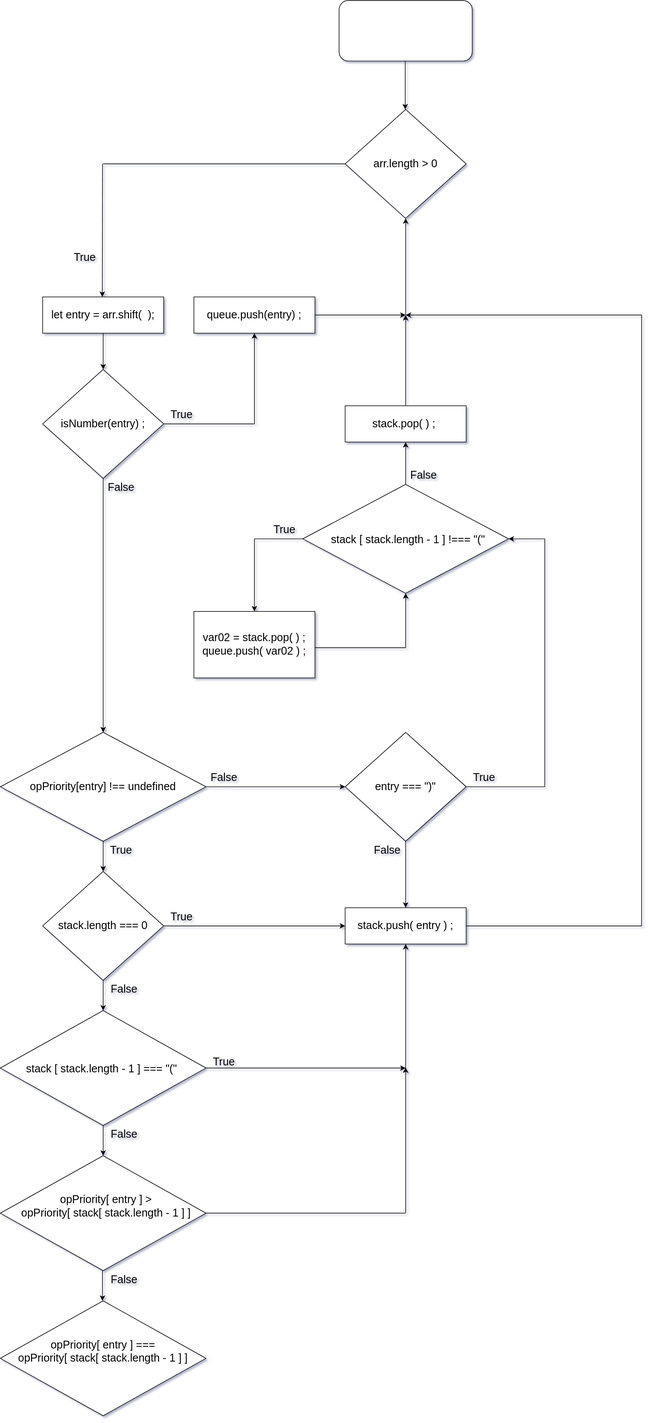
The draw.io diagram Untitled Diagram.drawio.svg in jcgm3205/jcgm3205, before a commit. Source tidied: cells renumbered, new cells last; positions are measured from the earlier drawing's top-left corner, leaving out a move shared by most shapes. Its diagram source:
```xml
<mxGraphModel shadow="1">
  <root>
    <mxCell id="0" />
    <mxCell id="1" parent="0" />
    <mxCell id="2" style="rounded=1;whiteSpace=wrap;html=1;" parent="1" vertex="1">
      <mxGeometry x="560" width="220" height="100" as="geometry" />
    </mxCell>
    <mxCell id="3" style="endArrow=classic;html=1;rounded=0;fontSize=14;" parent="1" edge="1">
      <mxGeometry relative="1" as="geometry">
        <mxPoint x="669.3" y="100" as="sourcePoint" />
        <mxPoint x="669.3" y="180" as="targetPoint" />
      </mxGeometry>
    </mxCell>
    <mxCell id="4" style="rhombus;whiteSpace=wrap;html=1;fontSize=14;" parent="1" vertex="1">
      <mxGeometry x="570" y="180" width="200" height="180" as="geometry" />
    </mxCell>
    <mxCell id="5" value="&lt;font style=&quot;font-size: 18px&quot;&gt;arr.length &amp;gt; 0&lt;/font&gt;" style="text;html=1;strokeColor=none;fillColor=none;align=center;verticalAlign=middle;whiteSpace=wrap;rounded=0;fontSize=14;" parent="1" vertex="1">
      <mxGeometry x="610" y="220" width="120" height="100" as="geometry" />
    </mxCell>
    <mxCell id="6" style="endArrow=classic;html=1;rounded=0;fontSize=14;" parent="1" edge="1">
      <mxGeometry relative="1" as="geometry">
        <mxPoint x="169" y="270" as="sourcePoint" />
        <mxPoint x="168.6" y="490" as="targetPoint" />
      </mxGeometry>
    </mxCell>
    <mxCell id="7" value="True" style="text;html=1;strokeColor=none;fillColor=none;align=center;verticalAlign=middle;whiteSpace=wrap;rounded=0;fontSize=18;" parent="1" vertex="1">
      <mxGeometry x="110" y="410" width="60" height="30" as="geometry" />
    </mxCell>
    <mxCell id="8" style="rounded=0;whiteSpace=wrap;html=1;fontSize=18;" parent="1" vertex="1">
      <mxGeometry x="70" y="490" width="200" height="60" as="geometry" />
    </mxCell>
    <mxCell id="9" value="let entry = arr.shift(&amp;nbsp; );" style="text;html=1;strokeColor=none;fillColor=none;align=center;verticalAlign=middle;whiteSpace=wrap;rounded=0;fontSize=18;" parent="1" vertex="1">
      <mxGeometry x="70" y="490" width="200" height="60" as="geometry" />
    </mxCell>
    <mxCell id="10" style="rhombus;whiteSpace=wrap;html=1;fontSize=14;" parent="1" vertex="1">
      <mxGeometry x="70" y="610" width="200" height="180" as="geometry" />
    </mxCell>
    <mxCell id="11" value="isNumber(entry) ;" style="text;html=1;strokeColor=none;fillColor=none;align=center;verticalAlign=middle;whiteSpace=wrap;rounded=0;fontSize=18;" parent="1" vertex="1">
      <mxGeometry x="90" y="650" width="160" height="100" as="geometry" />
    </mxCell>
    <mxCell id="12" style="endArrow=classic;html=1;rounded=0;fontSize=18;entryX=0.5;entryY=0;entryDx=0;entryDy=0;exitX=0.5;exitY=1;exitDx=0;exitDy=0;" parent="1" edge="1" source="10" target="14">
      <mxGeometry relative="1" as="geometry" />
    </mxCell>
    <mxCell id="13" value="False" style="text;html=1;strokeColor=none;fillColor=none;align=center;verticalAlign=middle;whiteSpace=wrap;rounded=0;fontSize=18;" parent="1" vertex="1">
      <mxGeometry x="170" y="790" width="60" height="30" as="geometry" />
    </mxCell>
    <mxCell id="14" style="rhombus;whiteSpace=wrap;html=1;fontSize=14;" parent="1" vertex="1">
      <mxGeometry y="1210" width="340" height="180" as="geometry" />
    </mxCell>
    <mxCell id="15" value="opPriority[entry] !== undefined" style="text;html=1;strokeColor=none;fillColor=none;align=center;verticalAlign=middle;whiteSpace=wrap;rounded=0;fontSize=18;" parent="1" vertex="1">
      <mxGeometry x="40" y="1260" width="260" height="80" as="geometry" />
    </mxCell>
    <mxCell id="16" style="endArrow=classic;html=1;rounded=0;" parent="1" edge="1">
      <mxGeometry relative="1" as="geometry">
        <mxPoint x="170" y="550" as="sourcePoint" />
        <mxPoint x="170" y="610" as="targetPoint" />
      </mxGeometry>
    </mxCell>
    <mxCell id="17" value="True" style="text;html=1;strokeColor=none;fillColor=none;align=center;verticalAlign=middle;whiteSpace=wrap;rounded=0;fontSize=18;" parent="1" vertex="1">
      <mxGeometry x="270" y="670" width="60" height="30" as="geometry" />
    </mxCell>
    <mxCell id="18" style="endArrow=classic;html=1;rounded=0;fontSize=18;entryX=0;entryY=0.5;entryDx=0;entryDy=0;exitX=1;exitY=0.5;exitDx=0;exitDy=0;" parent="1" edge="1" source="14" target="19">
      <mxGeometry relative="1" as="geometry" />
    </mxCell>
    <mxCell id="19" style="rhombus;whiteSpace=wrap;html=1;fontSize=14;" parent="1" vertex="1">
      <mxGeometry x="570" y="1210" width="200" height="180" as="geometry" />
    </mxCell>
    <mxCell id="20" value="entry === &quot;)&quot;" style="text;html=1;strokeColor=none;fillColor=none;align=center;verticalAlign=middle;whiteSpace=wrap;rounded=0;fontSize=18;" parent="1" vertex="1">
      <mxGeometry x="590" y="1250" width="160" height="100" as="geometry" />
    </mxCell>
    <mxCell id="21" value="False" style="text;html=1;strokeColor=none;fillColor=none;align=center;verticalAlign=middle;whiteSpace=wrap;rounded=0;fontSize=18;" parent="1" vertex="1">
      <mxGeometry x="340" y="1270" width="60" height="30" as="geometry" />
    </mxCell>
    <mxCell id="22" style="endArrow=classic;html=1;rounded=0;fontSize=18;exitX=0.5;exitY=1;exitDx=0;exitDy=0;" parent="1" edge="1">
      <mxGeometry relative="1" as="geometry">
        <mxPoint x="170" y="1390" as="sourcePoint" />
        <mxPoint x="170" y="1440" as="targetPoint" />
      </mxGeometry>
    </mxCell>
    <mxCell id="23" style="rhombus;whiteSpace=wrap;html=1;fontSize=14;" parent="1" vertex="1">
      <mxGeometry x="500" y="800" width="340" height="180" as="geometry" />
    </mxCell>
    <mxCell id="24" value="stack [ stack.length - 1 ] !=== &quot;(&quot;" style="text;whiteSpace=wrap;html=1;fontSize=18;" parent="1" vertex="1">
      <mxGeometry x="545" y="875" width="270" height="40" as="geometry" />
    </mxCell>
    <mxCell id="25" style="endArrow=classic;html=1;rounded=0;fontSize=18;exitX=0.5;exitY=0;exitDx=0;exitDy=0;entryX=0.5;entryY=1;entryDx=0;entryDy=0;" parent="1" edge="1" source="23" target="26">
      <mxGeometry relative="1" as="geometry" />
    </mxCell>
    <mxCell id="26" style="rounded=0;whiteSpace=wrap;html=1;fontSize=18;" parent="1" vertex="1">
      <mxGeometry x="570" y="670" width="200" height="60" as="geometry" />
    </mxCell>
    <mxCell id="27" style="endArrow=none;html=1;rounded=0;fontSize=18;entryX=0;entryY=0.5;entryDx=0;entryDy=0;" parent="1" edge="1" target="4">
      <mxGeometry relative="1" as="geometry">
        <mxPoint x="170" y="270" as="sourcePoint" />
        <Array as="points">
          <mxPoint x="560" y="270" />
        </Array>
      </mxGeometry>
    </mxCell>
    <mxCell id="28" style="rounded=0;whiteSpace=wrap;html=1;fontSize=18;" parent="1" vertex="1">
      <mxGeometry x="320" y="490" width="200" height="60" as="geometry" />
    </mxCell>
    <mxCell id="29" style="endArrow=classic;html=1;rounded=0;fontSize=18;entryX=0.5;entryY=1;entryDx=0;entryDy=0;" parent="1" edge="1" target="4">
      <mxGeometry relative="1" as="geometry">
        <mxPoint x="670" y="520" as="sourcePoint" />
      </mxGeometry>
    </mxCell>
    <mxCell id="30" style="endArrow=classic;html=1;rounded=0;fontSize=18;" parent="1" edge="1">
      <mxGeometry relative="1" as="geometry">
        <mxPoint x="520" y="520" as="sourcePoint" />
        <mxPoint x="670" y="520" as="targetPoint" />
      </mxGeometry>
    </mxCell>
    <mxCell id="31" style="endArrow=classic;html=1;rounded=0;fontSize=18;" parent="1" edge="1">
      <mxGeometry relative="1" as="geometry">
        <mxPoint x="420" y="700" as="sourcePoint" />
        <mxPoint x="420" y="550" as="targetPoint" />
      </mxGeometry>
    </mxCell>
    <mxCell id="32" style="endArrow=none;html=1;rounded=0;fontSize=18;" parent="1" edge="1">
      <mxGeometry relative="1" as="geometry">
        <mxPoint x="270" y="700" as="sourcePoint" />
        <mxPoint x="420" y="700" as="targetPoint" />
      </mxGeometry>
    </mxCell>
    <mxCell id="33" style="endArrow=none;html=1;rounded=0;fontSize=18;" parent="1" edge="1">
      <mxGeometry relative="1" as="geometry">
        <mxPoint x="770" y="1300" as="sourcePoint" />
        <mxPoint x="900" y="1300" as="targetPoint" />
      </mxGeometry>
    </mxCell>
    <mxCell id="34" style="endArrow=none;html=1;rounded=0;fontSize=18;" parent="1" edge="1">
      <mxGeometry relative="1" as="geometry">
        <mxPoint x="900" y="1300" as="sourcePoint" />
        <mxPoint x="900" y="890" as="targetPoint" />
      </mxGeometry>
    </mxCell>
    <mxCell id="35" style="endArrow=classic;html=1;rounded=0;fontSize=18;entryX=1;entryY=0.5;entryDx=0;entryDy=0;" parent="1" edge="1" target="23">
      <mxGeometry relative="1" as="geometry">
        <mxPoint x="900" y="890" as="sourcePoint" />
      </mxGeometry>
    </mxCell>
    <mxCell id="36" style="rounded=0;whiteSpace=wrap;html=1;fontSize=18;" parent="1" vertex="1">
      <mxGeometry x="320" y="1010" width="200" height="110" as="geometry" />
    </mxCell>
    <mxCell id="37" value="queue.push(entry) ;" style="text;html=1;strokeColor=none;fillColor=none;align=center;verticalAlign=middle;whiteSpace=wrap;rounded=0;fontSize=18;" parent="1" vertex="1">
      <mxGeometry x="320" y="505" width="200" height="30" as="geometry" />
    </mxCell>
    <mxCell id="38" value="True" style="text;html=1;strokeColor=none;fillColor=none;align=center;verticalAlign=middle;whiteSpace=wrap;rounded=0;fontSize=18;" parent="1" vertex="1">
      <mxGeometry x="770" y="1270" width="60" height="30" as="geometry" />
    </mxCell>
    <mxCell id="39" value="True" style="text;html=1;strokeColor=none;fillColor=none;align=center;verticalAlign=middle;whiteSpace=wrap;rounded=0;fontSize=18;" parent="1" vertex="1">
      <mxGeometry x="440" y="860" width="60" height="30" as="geometry" />
    </mxCell>
    <mxCell id="40" value="stack.pop( ) ;&amp;nbsp;" style="text;html=1;strokeColor=none;fillColor=none;align=center;verticalAlign=middle;whiteSpace=wrap;rounded=0;fontSize=18;" parent="1" vertex="1">
      <mxGeometry x="570" y="685" width="200" height="30" as="geometry" />
    </mxCell>
    <mxCell id="41" style="endArrow=none;html=1;rounded=0;fontSize=18;" parent="1" edge="1">
      <mxGeometry relative="1" as="geometry">
        <mxPoint x="420" y="890" as="sourcePoint" />
        <mxPoint x="500" y="890" as="targetPoint" />
      </mxGeometry>
    </mxCell>
    <mxCell id="42" style="endArrow=classic;html=1;rounded=0;fontSize=18;entryX=0.5;entryY=0;entryDx=0;entryDy=0;" parent="1" edge="1" target="36">
      <mxGeometry relative="1" as="geometry">
        <mxPoint x="420" y="890" as="sourcePoint" />
      </mxGeometry>
    </mxCell>
    <mxCell id="43" value="var02 = stack.pop( ) ;&lt;br&gt;queue.push( var02 ) ;" style="text;html=1;strokeColor=none;fillColor=none;align=center;verticalAlign=middle;whiteSpace=wrap;rounded=0;fontSize=18;" parent="1" vertex="1">
      <mxGeometry x="320" y="1010" width="200" height="110" as="geometry" />
    </mxCell>
    <mxCell id="44" style="endArrow=none;html=1;rounded=0;fontSize=18;" parent="1" edge="1">
      <mxGeometry relative="1" as="geometry">
        <mxPoint x="520" y="1070" as="sourcePoint" />
        <mxPoint x="670" y="1070" as="targetPoint" />
      </mxGeometry>
    </mxCell>
    <mxCell id="45" style="endArrow=classic;html=1;rounded=0;fontSize=18;entryX=0.5;entryY=1;entryDx=0;entryDy=0;" parent="1" edge="1" target="23">
      <mxGeometry relative="1" as="geometry">
        <mxPoint x="670" y="1070" as="sourcePoint" />
      </mxGeometry>
    </mxCell>
    <mxCell id="46" value="False" style="text;html=1;strokeColor=none;fillColor=none;align=center;verticalAlign=middle;whiteSpace=wrap;rounded=0;fontSize=18;" parent="1" vertex="1">
      <mxGeometry x="670" y="770" width="60" height="30" as="geometry" />
    </mxCell>
    <mxCell id="47" value="True" style="text;html=1;strokeColor=none;fillColor=none;align=center;verticalAlign=middle;whiteSpace=wrap;rounded=0;fontSize=18;" parent="1" vertex="1">
      <mxGeometry x="170" y="1390" width="60" height="30" as="geometry" />
    </mxCell>
    <mxCell id="48" style="rhombus;whiteSpace=wrap;html=1;fontSize=14;" parent="1" vertex="1">
      <mxGeometry x="70" y="1440" width="200" height="180" as="geometry" />
    </mxCell>
    <mxCell id="49" value="stack.length === 0" style="text;html=1;strokeColor=none;fillColor=none;align=center;verticalAlign=middle;whiteSpace=wrap;rounded=0;fontSize=18;" parent="1" vertex="1">
      <mxGeometry x="90" y="1480" width="160" height="100" as="geometry" />
    </mxCell>
    <mxCell id="50" value="stack.push( entry ) ;" style="rounded=0;whiteSpace=wrap;html=1;fontSize=18;strokeWidth=1;" parent="1" vertex="1">
      <mxGeometry x="570" y="1500" width="200" height="60" as="geometry" />
    </mxCell>
    <mxCell id="51" style="endArrow=classic;html=1;rounded=0;fontSize=18;exitX=0.5;exitY=0;exitDx=0;exitDy=0;" parent="1" edge="1" source="26">
      <mxGeometry relative="1" as="geometry">
        <mxPoint x="670" y="520" as="targetPoint" />
      </mxGeometry>
    </mxCell>
    <mxCell id="52" style="endArrow=classic;html=1;rounded=0;fontSize=18;exitX=1;exitY=0.5;exitDx=0;exitDy=0;entryX=0;entryY=0.5;entryDx=0;entryDy=0;" parent="1" edge="1" source="48" target="50">
      <mxGeometry relative="1" as="geometry" />
    </mxCell>
    <mxCell id="53" style="endArrow=classic;html=1;rounded=0;fontSize=18;" parent="1" edge="1" target="50">
      <mxGeometry relative="1" as="geometry">
        <mxPoint x="670" y="1390" as="sourcePoint" />
      </mxGeometry>
    </mxCell>
    <mxCell id="54" value="False" style="text;html=1;strokeColor=none;fillColor=none;align=center;verticalAlign=middle;whiteSpace=wrap;rounded=0;fontSize=18;" parent="1" vertex="1">
      <mxGeometry x="610" y="1390" width="60" height="30" as="geometry" />
    </mxCell>
    <mxCell id="55" value="True" style="text;html=1;strokeColor=none;fillColor=none;align=center;verticalAlign=middle;whiteSpace=wrap;rounded=0;fontSize=18;" parent="1" vertex="1">
      <mxGeometry x="270" y="1500" width="60" height="30" as="geometry" />
    </mxCell>
    <mxCell id="56" style="endArrow=none;html=1;rounded=0;fontSize=18;exitX=1;exitY=0.5;exitDx=0;exitDy=0;" parent="1" edge="1" source="50">
      <mxGeometry relative="1" as="geometry">
        <mxPoint x="1060" y="1530" as="targetPoint" />
      </mxGeometry>
    </mxCell>
    <mxCell id="57" style="endArrow=none;html=1;rounded=0;fontSize=18;" parent="1" edge="1">
      <mxGeometry relative="1" as="geometry">
        <mxPoint x="1060" y="520" as="sourcePoint" />
        <mxPoint x="1060" y="1530" as="targetPoint" />
      </mxGeometry>
    </mxCell>
    <mxCell id="58" style="endArrow=classic;html=1;rounded=0;fontSize=18;" parent="1" edge="1">
      <mxGeometry relative="1" as="geometry">
        <mxPoint x="1060" y="520" as="sourcePoint" />
        <mxPoint x="670" y="520" as="targetPoint" />
      </mxGeometry>
    </mxCell>
    <mxCell id="59" style="endArrow=classic;html=1;rounded=0;fontSize=18;exitX=0.5;exitY=1;exitDx=0;exitDy=0;" parent="1" edge="1" source="48">
      <mxGeometry relative="1" as="geometry">
        <mxPoint x="170" y="1670" as="targetPoint" />
      </mxGeometry>
    </mxCell>
    <mxCell id="60" style="rhombus;whiteSpace=wrap;html=1;fontSize=14;" parent="1" vertex="1">
      <mxGeometry y="1670" width="340" height="190" as="geometry" />
    </mxCell>
    <mxCell id="61" value="False" style="text;html=1;strokeColor=none;fillColor=none;align=center;verticalAlign=middle;whiteSpace=wrap;rounded=0;fontSize=18;" parent="1" vertex="1">
      <mxGeometry x="170" y="1620" width="70" height="30" as="geometry" />
    </mxCell>
    <mxCell id="62" value="stack [ stack.length - 1 ] === &quot;(&quot;" style="text;whiteSpace=wrap;html=1;fontSize=18;" parent="1" vertex="1">
      <mxGeometry x="41" y="1750" width="270" height="40" as="geometry" />
    </mxCell>
    <mxCell id="63" style="endArrow=classic;html=1;rounded=0;fontSize=18;" parent="1" edge="1">
      <mxGeometry relative="1" as="geometry">
        <mxPoint x="670" y="1770" as="sourcePoint" />
        <mxPoint x="670" y="1560" as="targetPoint" />
      </mxGeometry>
    </mxCell>
    <mxCell id="64" value="True" style="text;html=1;strokeColor=none;fillColor=none;align=center;verticalAlign=middle;whiteSpace=wrap;rounded=0;fontSize=18;" parent="1" vertex="1">
      <mxGeometry x="340" y="1740" width="60" height="30" as="geometry" />
    </mxCell>
    <mxCell id="65" style="endArrow=classic;html=1;rounded=0;fontSize=18;exitX=0.5;exitY=1;exitDx=0;exitDy=0;" parent="1" edge="1">
      <mxGeometry relative="1" as="geometry">
        <mxPoint x="170" y="1860" as="sourcePoint" />
        <mxPoint x="170" y="1910" as="targetPoint" />
      </mxGeometry>
    </mxCell>
    <mxCell id="66" value="False" style="text;html=1;strokeColor=none;fillColor=none;align=center;verticalAlign=middle;whiteSpace=wrap;rounded=0;fontSize=18;" parent="1" vertex="1">
      <mxGeometry x="170" y="1860" width="70" height="30" as="geometry" />
    </mxCell>
    <mxCell id="67" style="rhombus;whiteSpace=wrap;html=1;fontSize=14;" parent="1" vertex="1">
      <mxGeometry y="1910" width="340" height="190" as="geometry" />
    </mxCell>
    <mxCell id="68" value="opPriority[ entry ] &amp;gt; &lt;br&gt;opPriority[ stack[ stack.length - 1 ] ]&lt;br&gt;&amp;nbsp;" style="text;html=1;strokeColor=none;fillColor=none;align=center;verticalAlign=middle;whiteSpace=wrap;rounded=0;fontSize=18;" parent="1" vertex="1">
      <mxGeometry x="30" y="1910" width="290" height="190" as="geometry" />
    </mxCell>
    <mxCell id="69" style="endArrow=classic;html=1;rounded=0;fontSize=18;" parent="1" edge="1">
      <mxGeometry relative="1" as="geometry">
        <mxPoint x="670" y="2004" as="sourcePoint" />
        <mxPoint x="670" y="1764" as="targetPoint" />
      </mxGeometry>
    </mxCell>
    <mxCell id="70" style="endArrow=classic;html=1;rounded=0;fontSize=18;exitX=0;exitY=1;exitDx=0;exitDy=0;" parent="1" edge="1">
      <mxGeometry relative="1" as="geometry">
        <mxPoint x="340" y="1765" as="sourcePoint" />
        <mxPoint x="670" y="1765" as="targetPoint" />
      </mxGeometry>
    </mxCell>
    <mxCell id="71" style="endArrow=none;html=1;rounded=0;fontSize=18;exitX=1;exitY=0.5;exitDx=0;exitDy=0;" parent="1" edge="1">
      <mxGeometry relative="1" as="geometry">
        <mxPoint x="340" y="2005" as="sourcePoint" />
        <mxPoint x="670" y="2005" as="targetPoint" />
      </mxGeometry>
    </mxCell>
    <mxCell id="72" style="endArrow=classic;html=1;rounded=0;fontSize=18;exitX=0.5;exitY=1;exitDx=0;exitDy=0;" parent="1" edge="1">
      <mxGeometry relative="1" as="geometry">
        <mxPoint x="168.8" y="2100" as="sourcePoint" />
        <mxPoint x="168.8" y="2150" as="targetPoint" />
      </mxGeometry>
    </mxCell>
    <mxCell id="73" value="False" style="text;html=1;strokeColor=none;fillColor=none;align=center;verticalAlign=middle;whiteSpace=wrap;rounded=0;fontSize=18;" parent="1" vertex="1">
      <mxGeometry x="170" y="2100" width="70" height="30" as="geometry" />
    </mxCell>
    <mxCell id="74" style="rhombus;whiteSpace=wrap;html=1;fontSize=14;" parent="1" vertex="1">
      <mxGeometry y="2150" width="340" height="190" as="geometry" />
    </mxCell>
    <mxCell id="75" value="opPriority[ entry ] ===&lt;br&gt;opPriority[ stack[ stack.length - 1 ] ]&lt;br&gt;&amp;nbsp;" style="text;html=1;strokeColor=none;fillColor=none;align=center;verticalAlign=middle;whiteSpace=wrap;rounded=0;fontSize=18;" parent="1" vertex="1">
      <mxGeometry x="25" y="2150" width="290" height="190" as="geometry" />
    </mxCell>
  </root>
</mxGraphModel>
```
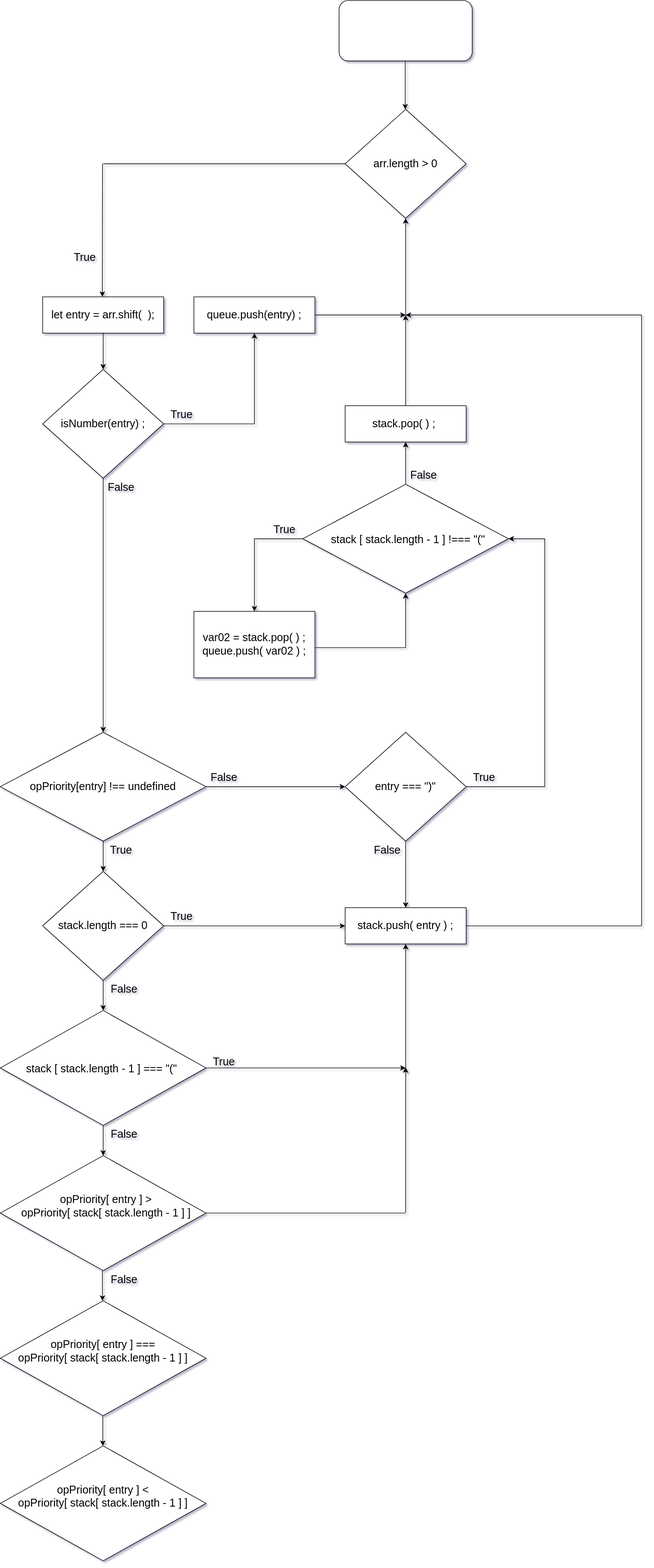
The same file after the commit.

The edit, as a diff of the source:
```diff
@@ -302,5 +302,17 @@
     <mxCell id="75" value="opPriority[ entry ] ===&lt;br&gt;opPriority[ stack[ stack.length - 1 ] ]&lt;br&gt;&amp;nbsp;" style="text;html=1;strokeColor=none;fillColor=none;align=center;verticalAlign=middle;whiteSpace=wrap;rounded=0;fontSize=18;" parent="1" vertex="1">
       <mxGeometry x="25" y="2150" width="290" height="190" as="geometry" />
     </mxCell>
+    <mxCell id="76" style="endArrow=classic;html=1;rounded=0;fontSize=18;exitX=0.5;exitY=1;exitDx=0;exitDy=0;" parent="1" edge="1">
+      <mxGeometry relative="1" as="geometry">
+        <mxPoint x="169.4" y="2340" as="sourcePoint" />
+        <mxPoint x="169.4" y="2390" as="targetPoint" />
+      </mxGeometry>
+    </mxCell>
+    <mxCell id="77" style="rhombus;whiteSpace=wrap;html=1;fontSize=14;" parent="1" vertex="1">
+      <mxGeometry y="2390" width="340" height="190" as="geometry" />
+    </mxCell>
+    <mxCell id="78" value="opPriority[ entry ] &amp;lt;&lt;br&gt;opPriority[ stack[ stack.length - 1 ] ]&lt;br&gt;&amp;nbsp;" style="text;html=1;strokeColor=none;fillColor=none;align=center;verticalAlign=middle;whiteSpace=wrap;rounded=0;fontSize=18;" parent="1" vertex="1">
+      <mxGeometry x="25" y="2390" width="290" height="190" as="geometry" />
+    </mxCell>
   </root>
 </mxGraphModel>
```
